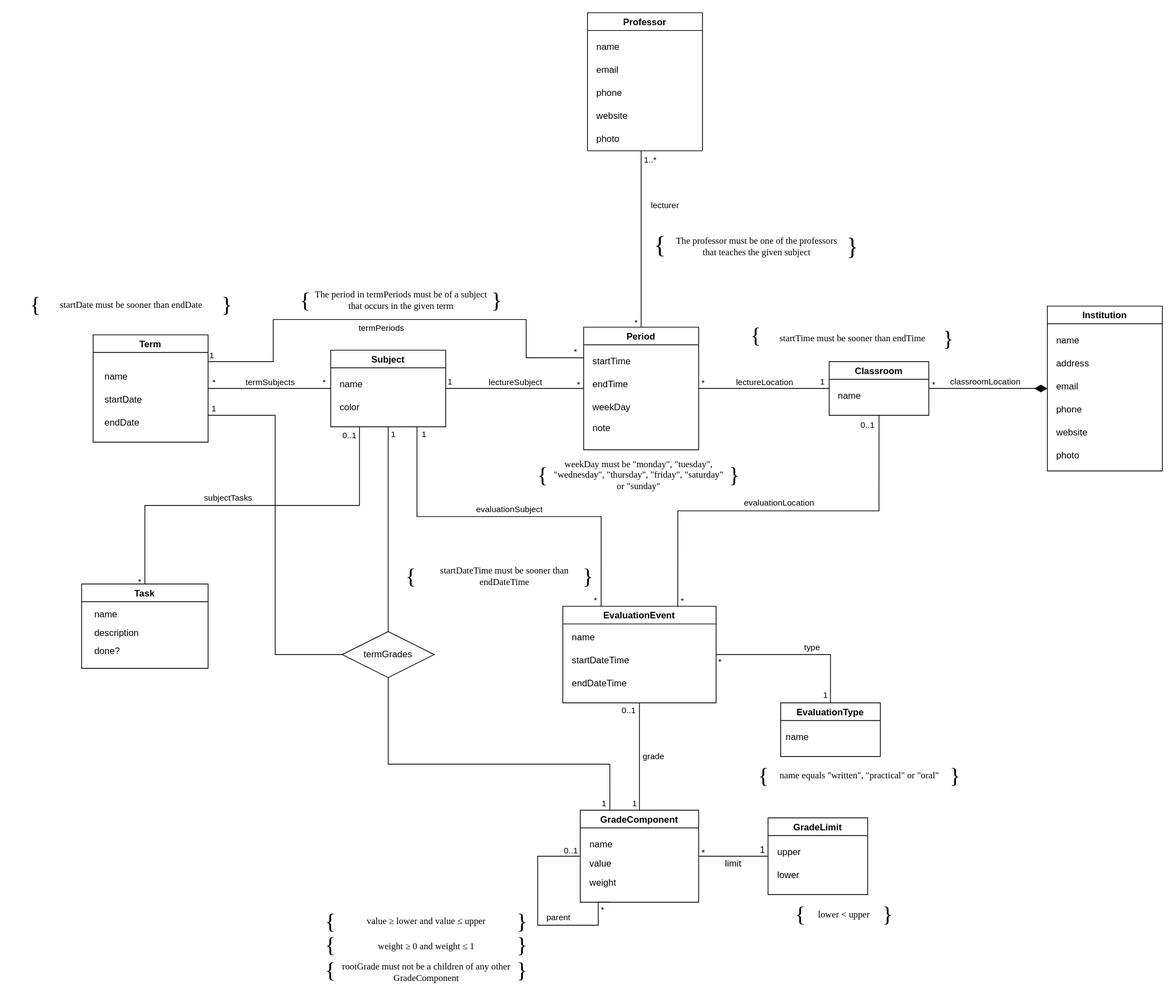
Above: docs/uml.svg in dendinho-e-bolinha/bd (draw.io), before the change. Source tidied: cells renumbered, new cells last; positions are measured from the earlier drawing's top-left corner, leaving out a move shared by most shapes.
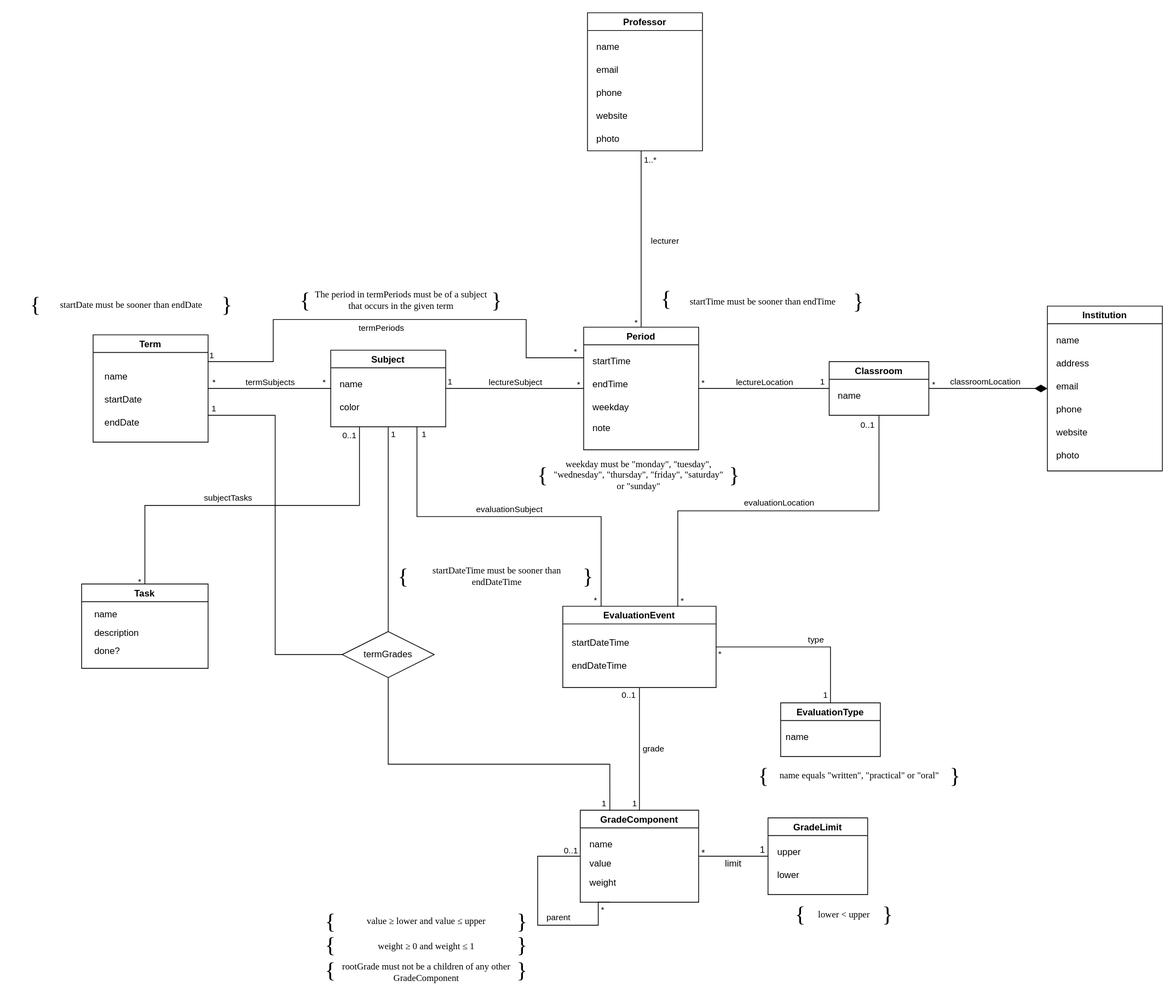
Above is the later version.

Diff of the diagram source:
```diff
@@ -32,7 +32,7 @@
     <mxCell id="11" value="&lt;div align=&quot;left&quot;&gt;endTime&lt;/div&gt;" style="text;html=1;strokeColor=none;fillColor=none;align=left;verticalAlign=middle;whiteSpace=wrap;rounded=0;" parent="9" vertex="1">
       <mxGeometry x="10" y="60" width="50" height="30" as="geometry" />
     </mxCell>
-    <mxCell id="12" value="weekDay" style="text;html=1;strokeColor=none;fillColor=none;align=left;verticalAlign=middle;whiteSpace=wrap;rounded=0;" parent="9" vertex="1">
+    <mxCell id="12" value="weekday" style="text;html=1;strokeColor=none;fillColor=none;align=left;verticalAlign=middle;whiteSpace=wrap;rounded=0;" parent="9" vertex="1">
       <mxGeometry x="10" y="90" width="50" height="30" as="geometry" />
     </mxCell>
     <mxCell id="13" value="note" style="text;html=1;align=left;verticalAlign=middle;strokeColor=none;fillColor=none;" parent="9" vertex="1">
@@ -187,16 +187,13 @@
       <mxGeometry x="250" y="10" width="60" height="30" as="geometry" />
     </mxCell>
     <mxCell id="55" value="EvaluationEvent" style="swimlane;labelBackgroundColor=none;" parent="1" vertex="1">
-      <mxGeometry x="717.8" y="774" width="200" height="126" as="geometry" />
+      <mxGeometry x="717.8" y="774" width="200" height="106" as="geometry" />
     </mxCell>
-    <mxCell id="56" value="name" style="text;html=1;strokeColor=none;fillColor=none;align=left;verticalAlign=middle;whiteSpace=wrap;rounded=0;labelBackgroundColor=none;" parent="55" vertex="1">
-      <mxGeometry x="10" y="26" width="60" height="30" as="geometry" />
-    </mxCell>
     <mxCell id="57" value="startDateTime" style="text;html=1;strokeColor=none;fillColor=none;align=left;verticalAlign=middle;whiteSpace=wrap;rounded=0;labelBackgroundColor=none;" parent="55" vertex="1">
-      <mxGeometry x="10" y="56" width="60" height="30" as="geometry" />
+      <mxGeometry x="10" y="33" width="60" height="30" as="geometry" />
     </mxCell>
     <mxCell id="58" value="endDateTime" style="text;html=1;strokeColor=none;fillColor=none;align=left;verticalAlign=middle;whiteSpace=wrap;rounded=0;labelBackgroundColor=none;" parent="55" vertex="1">
-      <mxGeometry x="10" y="86" width="60" height="30" as="geometry" />
+      <mxGeometry x="10" y="63" width="60" height="30" as="geometry" />
     </mxCell>
     <mxCell id="59" style="endArrow=none;html=1;rounded=0;entryX=0.5;entryY=0;entryDx=0;entryDy=0;edgeStyle=orthogonalEdgeStyle;endFill=0;exitX=1;exitY=0.5;exitDx=0;exitDy=0;" parent="1" edge="1" source="55" target="49">
       <mxGeometry relative="1" as="geometry" />
@@ -234,15 +231,6 @@
         <mxPoint x="-3" y="-1" as="offset" />
       </mxGeometry>
     </mxCell>
-    <mxCell id="67" value="The professor must be one of the professors that teaches the given subject" style="text;html=1;strokeColor=none;fillColor=none;align=center;verticalAlign=middle;whiteSpace=wrap;rounded=0;fontFamily=Verdana;" parent="1" vertex="1">
-      <mxGeometry x="855.5" y="280" width="230" height="50" as="geometry" />
-    </mxCell>
-    <mxCell id="68" value="&lt;font style=&quot;font-size: 32px;&quot; face=&quot;Verdana&quot;&gt;}&lt;/font&gt;" style="text;html=1;strokeColor=none;fillColor=none;align=center;verticalAlign=middle;whiteSpace=wrap;rounded=0;fontSize=32;" parent="1" vertex="1">
-      <mxGeometry x="1065.5" y="290" width="60" height="30" as="geometry" />
-    </mxCell>
-    <mxCell id="69" value="&lt;font style=&quot;font-size: 32px;&quot; face=&quot;Verdana&quot;&gt;{&lt;/font&gt;" style="text;html=1;strokeColor=none;fillColor=none;align=center;verticalAlign=middle;whiteSpace=wrap;rounded=0;fontSize=32;" parent="1" vertex="1">
-      <mxGeometry x="814.5" y="288" width="60" height="30" as="geometry" />
-    </mxCell>
     <mxCell id="70" style="endArrow=none;html=1;rounded=0;entryX=0.25;entryY=0;entryDx=0;entryDy=0;exitX=0.75;exitY=1;exitDx=0;exitDy=0;edgeStyle=orthogonalEdgeStyle;endFill=0;" parent="1" edge="1" source="6" target="55">
       <mxGeometry relative="1" as="geometry" />
     </mxCell>
@@ -320,7 +308,7 @@
     </mxCell>
     <mxCell id="87" value="lecturer" style="edgeLabel;html=1;align=center;verticalAlign=middle;labelBackgroundColor=default;" parent="86" vertex="1">
       <mxGeometry relative="1" as="geometry">
-        <mxPoint x="30" y="-45" as="offset" />
+        <mxPoint x="30" y="2" as="offset" />
       </mxGeometry>
     </mxCell>
     <mxCell id="88" value="1..*" style="edgeLabel;html=1;align=left;verticalAlign=bottom;labelBackgroundColor=none;" parent="86" vertex="1">
@@ -417,7 +405,7 @@
     <mxCell id="112" style="group;" parent="1" vertex="1">
       <mxGeometry x="661.8" y="578" width="310" height="50" as="geometry" />
     </mxCell>
-    <mxCell id="113" value="&lt;font style=&quot;font-size: 12px&quot;&gt;weekDay must be &quot;monday&quot;, &quot;tuesday&quot;, &quot;wednesday&quot;, &quot;thursday&quot;, &quot;friday&quot;, &quot;saturday&quot; or &quot;sunday&quot;&lt;/font&gt;" style="text;html=1;strokeColor=none;fillColor=none;align=center;verticalAlign=middle;whiteSpace=wrap;rounded=0;fontFamily=Verdana;" parent="112" vertex="1">
+    <mxCell id="113" value="&lt;font style=&quot;font-size: 12px&quot;&gt;weekday must be &quot;monday&quot;, &quot;tuesday&quot;, &quot;wednesday&quot;, &quot;thursday&quot;, &quot;friday&quot;, &quot;saturday&quot; or &quot;sunday&quot;&lt;/font&gt;" style="text;html=1;strokeColor=none;fillColor=none;align=center;verticalAlign=middle;whiteSpace=wrap;rounded=0;fontFamily=Verdana;" parent="112" vertex="1">
       <mxGeometry x="40" width="230" height="50" as="geometry" />
     </mxCell>
     <mxCell id="114" value="&lt;font style=&quot;font-size: 29px;&quot; face=&quot;Verdana&quot;&gt;{&lt;/font&gt;" style="text;html=1;strokeColor=none;fillColor=none;align=center;verticalAlign=middle;whiteSpace=wrap;rounded=0;fontSize=29;" parent="112" vertex="1">
@@ -427,22 +415,22 @@
       <mxGeometry x="250" width="60" height="50" as="geometry" />
     </mxCell>
     <mxCell id="116" value="startTime must be sooner than endTime" style="text;html=1;strokeColor=none;fillColor=none;align=center;verticalAlign=middle;whiteSpace=wrap;rounded=0;fontFamily=Verdana;" parent="1" vertex="1">
-      <mxGeometry x="981" y="400" width="230" height="50" as="geometry" />
+      <mxGeometry x="864" y="352" width="230" height="50" as="geometry" />
     </mxCell>
     <mxCell id="117" value="&lt;font face=&quot;Verdana&quot;&gt;}&lt;/font&gt;" style="text;html=1;strokeColor=none;fillColor=none;align=center;verticalAlign=middle;whiteSpace=wrap;rounded=0;fontSize=29;" parent="1" vertex="1">
-      <mxGeometry x="1191" y="410" width="60" height="30" as="geometry" />
+      <mxGeometry x="1074" y="362" width="60" height="30" as="geometry" />
     </mxCell>
     <mxCell id="118" value="&lt;font style=&quot;font-size: 29px;&quot; face=&quot;Verdana&quot;&gt;{&lt;/font&gt;" style="text;html=1;strokeColor=none;fillColor=none;align=center;verticalAlign=middle;whiteSpace=wrap;rounded=0;fontSize=29;" parent="1" vertex="1">
-      <mxGeometry x="940" y="406" width="60" height="30" as="geometry" />
+      <mxGeometry x="823" y="358" width="60" height="30" as="geometry" />
     </mxCell>
     <mxCell id="119" value="startDateTime must be sooner than endDateTime" style="text;html=1;strokeColor=none;fillColor=none;align=center;verticalAlign=middle;whiteSpace=wrap;rounded=0;fontFamily=Verdana;" parent="1" vertex="1">
-      <mxGeometry x="527" y="710" width="230" height="50" as="geometry" />
+      <mxGeometry x="517" y="710" width="230" height="50" as="geometry" />
     </mxCell>
     <mxCell id="120" value="&lt;font face=&quot;Verdana&quot;&gt;}&lt;/font&gt;" style="text;html=1;strokeColor=none;fillColor=none;align=center;verticalAlign=middle;whiteSpace=wrap;rounded=0;fontSize=29;" parent="1" vertex="1">
       <mxGeometry x="721" y="720" width="60" height="30" as="geometry" />
     </mxCell>
     <mxCell id="121" value="&lt;font style=&quot;font-size: 29px;&quot; face=&quot;Verdana&quot;&gt;{&lt;/font&gt;" style="text;html=1;strokeColor=none;fillColor=none;align=center;verticalAlign=middle;whiteSpace=wrap;rounded=0;fontSize=29;" parent="1" vertex="1">
-      <mxGeometry x="490" y="720" width="60" height="30" as="geometry" />
+      <mxGeometry x="480" y="720" width="60" height="30" as="geometry" />
     </mxCell>
     <mxCell id="122" style="group;" parent="1" vertex="1">
       <mxGeometry y="356" width="310" height="50" as="geometry" />
@@ -463,7 +451,7 @@
       <mxGeometry x="998.3" y="1161" width="60" height="30" as="geometry" />
     </mxCell>
     <mxCell id="128" value="lower &amp;lt; upper" style="text;html=1;strokeColor=none;fillColor=none;align=center;verticalAlign=middle;whiteSpace=wrap;rounded=0;fontFamily=Verdana;" parent="1" vertex="1">
-      <mxGeometry x="1050" y="1151" width="70" height="50" as="geometry" />
+      <mxGeometry x="1040" y="1151" width="90" height="50" as="geometry" />
     </mxCell>
     <mxCell id="129" style="endArrow=none;html=1;rounded=0;exitX=1;exitY=0.25;exitDx=0;exitDy=0;entryX=0;entryY=0.25;entryDx=0;entryDy=0;edgeStyle=orthogonalEdgeStyle;endFill=0;" parent="1" edge="1" source="2" target="9">
       <mxGeometry relative="1" as="geometry">
```
